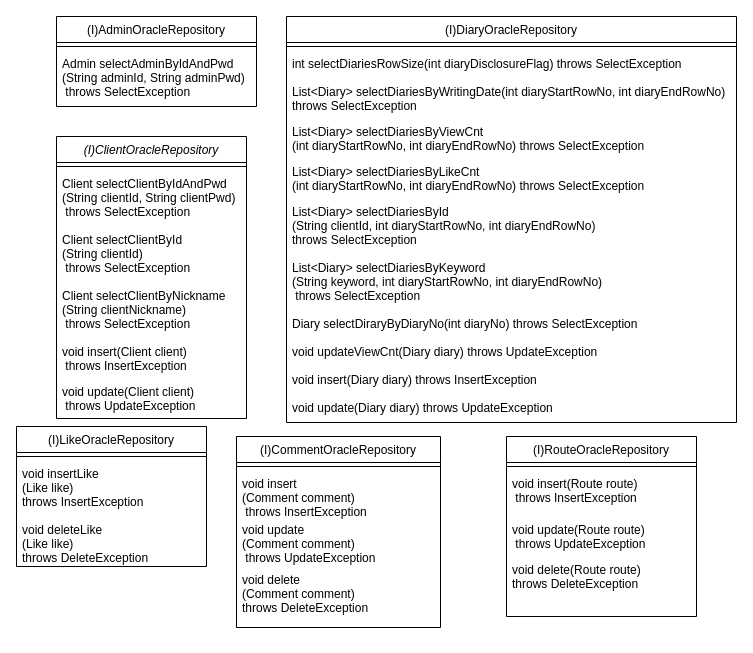
Before: document/repository_class_diagram.drawio in RouteDiary/route-diary, a draw.io diagram. Source tidied: cells renumbered, new cells numbered last; positions are measured from the earlier drawing's top-left corner, leaving out a move shared by most shapes. Both pictures are drawn from the tidied source at 100%, with x=0, y=0 at pixel (16, 16).
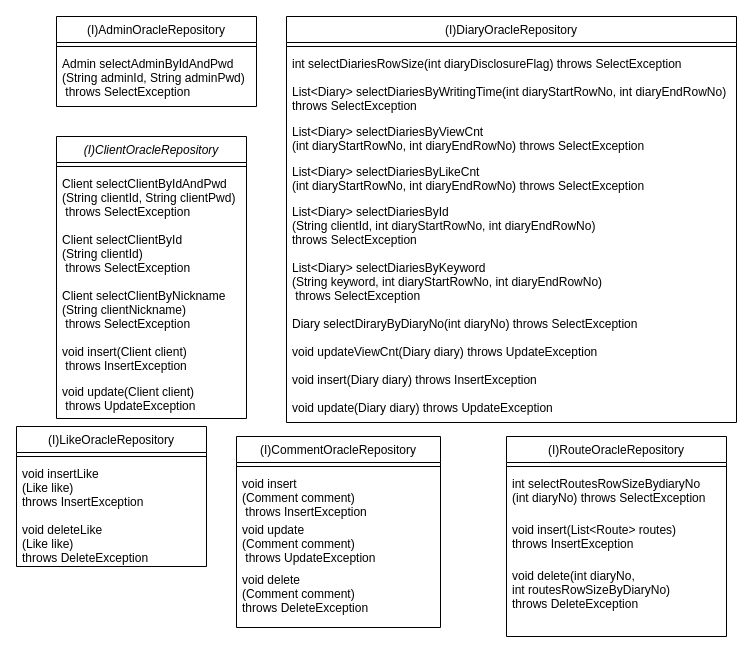
Above is the later version.

Unchanged cells that the change refers to:
```xml
<mxCell id="9" value="(I)DiaryOracleRepository" style="swimlane;fontStyle=0;align=center;verticalAlign=top;horizontal=1;startSize=26;rounded=0;shadow=0;strokeWidth=1;" parent="1" vertex="1">
  <mxGeometry x="270" width="450" height="406" as="geometry" />
</mxCell>
```

Diff of the diagram source:
```diff
@@
-    <mxCell id="12" value="List&lt;Diary&gt; selectDiariesByWritingDate(int diaryStartRowNo, int diaryEndRowNo) &#10;throws SelectException" style="text;align=left;verticalAlign=top;spacingLeft=4;spacingRight=4;overflow=hidden;" parent="9" vertex="1">
+    <mxCell id="12" value="List&lt;Diary&gt; selectDiariesByWritingTime(int diaryStartRowNo, int diaryEndRowNo) &#10;throws SelectException" style="text;align=left;verticalAlign=top;spacingLeft=4;spacingRight=4;overflow=hidden;" parent="9" vertex="1">
       <mxGeometry y="62" width="450" height="40" as="geometry" />
     </mxCell>
@@
     <mxCell id="33" value="(I)RouteOracleRepository" style="swimlane;fontStyle=0;align=center;verticalAlign=top;horizontal=1;startSize=26;rounded=0;shadow=0;strokeWidth=1;" parent="1" vertex="1">
-      <mxGeometry x="490" y="420" width="190" height="180" as="geometry" />
+      <mxGeometry x="490" y="420" width="220" height="200" as="geometry" />
     </mxCell>
     <mxCell id="34" style="line;html=1;strokeWidth=1;align=left;verticalAlign=middle;spacingTop=-1;spacingLeft=3;spacingRight=3;labelPosition=right;" parent="33" vertex="1">
-      <mxGeometry y="26" width="190" height="8" as="geometry" />
+      <mxGeometry y="26" width="220" height="8" as="geometry" />
     </mxCell>
+    <mxCell id="38" value="int selectRoutesRowSizeBydiaryNo&#10;(int diaryNo) throws SelectException" style="text;align=left;verticalAlign=top;spacingLeft=4;spacingRight=4;overflow=hidden;" parent="33" vertex="1">
+      <mxGeometry y="34" width="220" height="46" as="geometry" />
+    </mxCell>
-    <mxCell id="35" value="void insert(Route route)&#10; throws InsertException&#10;" style="text;align=left;verticalAlign=top;spacingLeft=4;spacingRight=4;overflow=hidden;" parent="33" vertex="1">
-      <mxGeometry y="34" width="190" height="46" as="geometry" />
+    <mxCell id="35" value="void insert(List&lt;Route&gt; routes) &#10;throws InsertException" style="text;align=left;verticalAlign=top;spacingLeft=4;spacingRight=4;overflow=hidden;" parent="33" vertex="1">
+      <mxGeometry y="80" width="220" height="46" as="geometry" />
     </mxCell>
-    <mxCell id="36" value="void update(Route route)&#10; throws UpdateException&#10;" style="text;align=left;verticalAlign=top;spacingLeft=4;spacingRight=4;overflow=hidden;" parent="33" vertex="1">
-      <mxGeometry y="80" width="190" height="40" as="geometry" />
-    </mxCell>
-    <mxCell id="37" value="void delete(Route route)&#10;throws DeleteException&#10;" style="text;align=left;verticalAlign=top;spacingLeft=4;spacingRight=4;overflow=hidden;" parent="33" vertex="1">
-      <mxGeometry y="120" width="190" height="60" as="geometry" />
+    <mxCell id="37" value="void delete(int diaryNo, &#10;int routesRowSizeByDiaryNo) &#10;throws DeleteException" style="text;align=left;verticalAlign=top;spacingLeft=4;spacingRight=4;overflow=hidden;" parent="33" vertex="1">
+      <mxGeometry y="126" width="220" height="60" as="geometry" />
     </mxCell>
```
